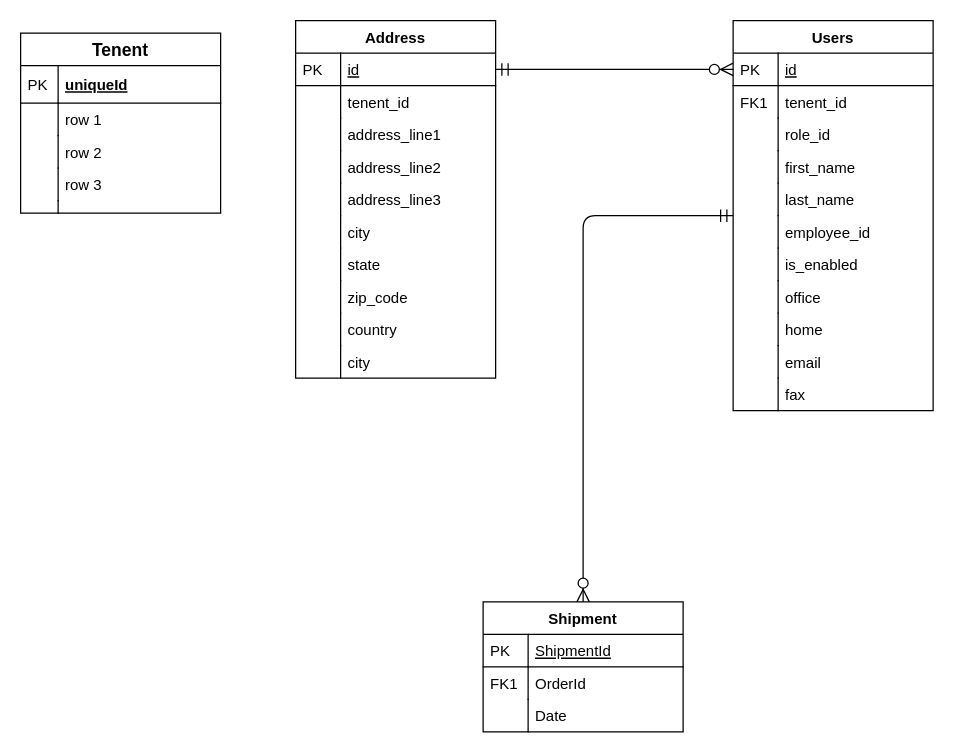
This is ehearing.drawio from avanzarit-in/e-hearing, a draw.io file, before an edit. Source tidied: cells renumbered, new cells numbered last; positions are measured from the earlier drawing's top-left corner, leaving out a move shared by most shapes. Both pictures are drawn from the tidied source at 125%, with x=0, y=0 at pixel (20, 20).
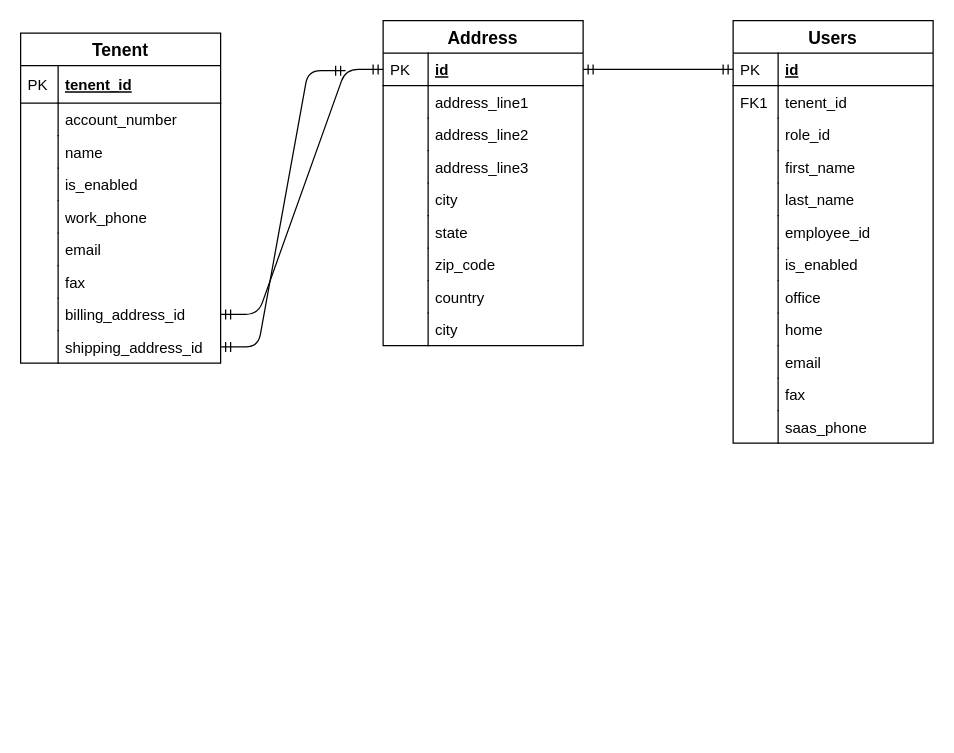
Above is the later version.

Change to the diagram source:
```diff
@@
-    <mxCell id="2" style="edgeStyle=orthogonalEdgeStyle;endArrow=ERzeroToMany;startArrow=ERmandOne;shadow=0;strokeWidth=1;endSize=8;startSize=8;" parent="1" edge="1" source="28" target="5">
-      <mxGeometry relative="1" as="geometry" />
-    </mxCell>
-    <mxCell id="3" style="edgeStyle=orthogonalEdgeStyle;endArrow=ERzeroToMany;startArrow=ERmandOne;shadow=0;strokeWidth=1;endSize=8;startSize=8;" parent="1" edge="1" source="4" target="59">
-      <mxGeometry relative="1" as="geometry" />
-    </mxCell>
-    <mxCell id="4" value="Users" style="swimlane;fontStyle=1;horizontal=1;startSize=26;rounded=0;shadow=0;strokeWidth=1;" parent="1" vertex="1">
-      <mxGeometry x="570" width="160" height="312" as="geometry" />
+    <mxCell id="4" value="Users" style="swimlane;fontStyle=1;horizontal=1;startSize=26;rounded=0;shadow=0;strokeWidth=1;fontSize=14;" parent="1" vertex="1">
+      <mxGeometry x="570" width="160" height="338" as="geometry" />
     </mxCell>
-    <mxCell id="5" value="id" style="shape=partialRectangle;top=0;left=0;right=0;bottom=1;align=left;verticalAlign=top;fillColor=none;spacingLeft=40;spacingRight=4;overflow=hidden;points=[[0,0.5],[1,0.5]];portConstraint=eastwest;rounded=0;shadow=0;strokeWidth=1;fontStyle=4;" parent="4" vertex="1">
+    <mxCell id="5" value="id" style="shape=partialRectangle;top=0;left=0;right=0;bottom=1;align=left;verticalAlign=top;fillColor=none;spacingLeft=40;spacingRight=4;overflow=hidden;points=[[0,0.5],[1,0.5]];portConstraint=eastwest;rounded=0;shadow=0;strokeWidth=1;fontStyle=5;" parent="4" vertex="1">
       <mxGeometry y="26" width="160" height="26" as="geometry" />
     </mxCell>
@@
+    <mxCell id="66" value="saas_phone" style="shape=partialRectangle;top=0;left=0;right=0;bottom=0;align=left;verticalAlign=top;fillColor=none;spacingLeft=40;spacingRight=4;overflow=hidden;rounded=0;shadow=0;strokeWidth=1;" parent="4" vertex="1">
+      <mxGeometry y="312" width="160" height="26" as="geometry" />
+    </mxCell>
+    <mxCell id="67" style="shape=partialRectangle;top=0;left=0;bottom=0;fillColor=none;align=left;verticalAlign=top;spacingLeft=4;spacingRight=4;overflow=hidden;" parent="66" vertex="1">
+      <mxGeometry width="36" height="26" as="geometry" />
+    </mxCell>
+    <mxCell id="48" value="Tenent" style="swimlane;fontStyle=1;horizontal=1;startSize=26;align=center;fontSize=14;" parent="1" vertex="1">
+      <mxGeometry y="10" width="160" height="264" as="geometry" />
+    </mxCell>
+    <mxCell id="49" value="tenent_id" style="shape=partialRectangle;top=0;left=0;right=0;bottom=1;align=left;verticalAlign=middle;fillColor=none;spacingLeft=34;spacingRight=4;overflow=hidden;fontStyle=5;fontSize=12;" parent="48" vertex="1">
+      <mxGeometry y="26" width="160" height="30" as="geometry" />
+    </mxCell>
+    <mxCell id="50" value="PK" style="shape=partialRectangle;top=0;left=0;bottom=0;fillColor=none;align=left;verticalAlign=middle;spacingLeft=4;spacingRight=4;overflow=hidden;fontSize=12;" parent="49" vertex="1">
+      <mxGeometry width="30" height="30" as="geometry" />
+    </mxCell>
+    <mxCell id="51" value="account_number" style="shape=partialRectangle;top=0;left=0;right=0;bottom=0;align=left;verticalAlign=top;fillColor=none;spacingLeft=34;spacingRight=4;overflow=hidden;fontSize=12;" parent="48" vertex="1">
+      <mxGeometry y="56" width="160" height="26" as="geometry" />
+    </mxCell>
+    <mxCell id="52" style="shape=partialRectangle;top=0;left=0;bottom=0;fillColor=none;align=left;verticalAlign=top;spacingLeft=4;spacingRight=4;overflow=hidden;fontSize=12;" parent="51" vertex="1">
+      <mxGeometry width="30" height="26" as="geometry" />
+    </mxCell>
+    <mxCell id="53" value="name" style="shape=partialRectangle;top=0;left=0;right=0;bottom=0;align=left;verticalAlign=top;fillColor=none;spacingLeft=34;spacingRight=4;overflow=hidden;fontSize=12;" parent="48" vertex="1">
+      <mxGeometry y="82" width="160" height="26" as="geometry" />
+    </mxCell>
+    <mxCell id="54" style="shape=partialRectangle;top=0;left=0;bottom=0;fillColor=none;align=left;verticalAlign=top;spacingLeft=4;spacingRight=4;overflow=hidden;fontSize=12;" parent="53" vertex="1">
+      <mxGeometry width="30" height="26" as="geometry" />
+    </mxCell>
+    <mxCell id="55" value="is_enabled" style="shape=partialRectangle;top=0;left=0;right=0;bottom=0;align=left;verticalAlign=top;fillColor=none;spacingLeft=34;spacingRight=4;overflow=hidden;fontSize=12;" parent="48" vertex="1">
+      <mxGeometry y="108" width="160" height="26" as="geometry" />
+    </mxCell>
+    <mxCell id="56" style="shape=partialRectangle;top=0;left=0;bottom=0;fillColor=none;align=left;verticalAlign=top;spacingLeft=4;spacingRight=4;overflow=hidden;fontSize=12;" parent="55" vertex="1">
+      <mxGeometry width="30" height="26" as="geometry" />
+    </mxCell>
+    <mxCell id="68" value="work_phone" style="shape=partialRectangle;top=0;left=0;right=0;bottom=0;align=left;verticalAlign=top;fillColor=none;spacingLeft=34;spacingRight=4;overflow=hidden;fontSize=12;" parent="48" vertex="1">
+      <mxGeometry y="134" width="160" height="26" as="geometry" />
+    </mxCell>
+    <mxCell id="69" style="shape=partialRectangle;top=0;left=0;bottom=0;fillColor=none;align=left;verticalAlign=top;spacingLeft=4;spacingRight=4;overflow=hidden;fontSize=12;" parent="68" vertex="1">
+      <mxGeometry width="30" height="26" as="geometry" />
+    </mxCell>
+    <mxCell id="70" value="email" style="shape=partialRectangle;top=0;left=0;right=0;bottom=0;align=left;verticalAlign=top;fillColor=none;spacingLeft=34;spacingRight=4;overflow=hidden;fontSize=12;" parent="48" vertex="1">
+      <mxGeometry y="160" width="160" height="26" as="geometry" />
+    </mxCell>
+    <mxCell id="71" style="shape=partialRectangle;top=0;left=0;bottom=0;fillColor=none;align=left;verticalAlign=top;spacingLeft=4;spacingRight=4;overflow=hidden;fontSize=12;" parent="70" vertex="1">
+      <mxGeometry width="30" height="26" as="geometry" />
+    </mxCell>
+    <mxCell id="72" value="fax" style="shape=partialRectangle;top=0;left=0;right=0;bottom=0;align=left;verticalAlign=top;fillColor=none;spacingLeft=34;spacingRight=4;overflow=hidden;fontSize=12;" parent="48" vertex="1">
+      <mxGeometry y="186" width="160" height="26" as="geometry" />
+    </mxCell>
+    <mxCell id="73" style="shape=partialRectangle;top=0;left=0;bottom=0;fillColor=none;align=left;verticalAlign=top;spacingLeft=4;spacingRight=4;overflow=hidden;fontSize=12;" parent="72" vertex="1">
+      <mxGeometry width="30" height="26" as="geometry" />
+    </mxCell>
+    <mxCell id="74" value="billing_address_id" style="shape=partialRectangle;top=0;left=0;right=0;bottom=0;align=left;verticalAlign=top;fillColor=none;spacingLeft=34;spacingRight=4;overflow=hidden;points=[[0,0.5],[1,0.5]];portConstraint=eastwest;fontSize=12;" parent="48" vertex="1">
+      <mxGeometry y="212" width="160" height="26" as="geometry" />
+    </mxCell>
+    <mxCell id="75" style="shape=partialRectangle;top=0;left=0;bottom=0;fillColor=none;align=left;verticalAlign=top;spacingLeft=4;spacingRight=4;overflow=hidden;fontSize=12;" parent="74" vertex="1">
+      <mxGeometry width="30" height="26" as="geometry" />
+    </mxCell>
+    <mxCell id="76" value="shipping_address_id" style="shape=partialRectangle;top=0;left=0;right=0;bottom=0;align=left;verticalAlign=top;fillColor=none;spacingLeft=34;spacingRight=4;overflow=hidden;points=[[0,0.5],[1,0.5]];portConstraint=eastwest;fontSize=12;" parent="48" vertex="1">
+      <mxGeometry y="238" width="160" height="26" as="geometry" />
+    </mxCell>
+    <mxCell id="77" style="shape=partialRectangle;top=0;left=0;bottom=0;fillColor=none;align=left;verticalAlign=top;spacingLeft=4;spacingRight=4;overflow=hidden;fontSize=12;" parent="76" vertex="1">
+      <mxGeometry width="30" height="26" as="geometry" />
+    </mxCell>
+    <mxCell id="78" style="edgeStyle=entityRelationEdgeStyle;fontSize=12;html=1;endArrow=ERmandOne;startArrow=ERmandOne;entryX=0;entryY=0.5;entryDx=0;entryDy=0;exitX=1;exitY=0.5;exitDx=0;exitDy=0;" parent="1" edge="1" source="74" target="28">
+      <mxGeometry relative="1" as="geometry" />
+    </mxCell>
+    <mxCell id="79" style="edgeStyle=entityRelationEdgeStyle;fontSize=12;html=1;endArrow=ERmandOne;startArrow=ERmandOne;exitX=1;exitY=0.5;exitDx=0;exitDy=0;" parent="1" edge="1" source="76">
+      <mxGeometry relative="1" as="geometry">
+        <mxPoint x="260" y="40" as="targetPoint" />
+      </mxGeometry>
+    </mxCell>
+    <mxCell id="2" style="edgeStyle=entityRelationEdgeStyle;fontSize=12;html=1;endArrow=ERmandOne;startArrow=ERmandOne;exitX=1;exitY=0.5;exitDx=0;exitDy=0;entryX=0;entryY=0.5;entryDx=0;entryDy=0;" parent="1" edge="1" source="28" target="5">
+      <mxGeometry relative="1" as="geometry" />
+    </mxCell>
-    <mxCell id="27" value="Address" style="swimlane;fontStyle=1;horizontal=1;startSize=26;rounded=0;shadow=0;strokeWidth=1;" parent="1" vertex="1">
-      <mxGeometry x="220" width="160" height="286" as="geometry" />
+    <mxCell id="27" value="Address" style="swimlane;fontStyle=1;horizontal=1;startSize=26;rounded=0;shadow=0;strokeWidth=1;fontSize=14;" parent="1" vertex="1">
+      <mxGeometry x="290" width="160" height="260" as="geometry" />
     </mxCell>
-    <mxCell id="28" value="id" style="shape=partialRectangle;top=0;left=0;right=0;bottom=1;align=left;verticalAlign=top;fillColor=none;spacingLeft=40;spacingRight=4;overflow=hidden;points=[[0,0.5],[1,0.5]];portConstraint=eastwest;rounded=0;shadow=0;strokeWidth=1;fontStyle=4;" parent="27" vertex="1">
+    <mxCell id="28" value="id" style="shape=partialRectangle;top=0;left=0;right=0;bottom=1;align=left;verticalAlign=top;fillColor=none;spacingLeft=40;spacingRight=4;overflow=hidden;points=[[0,0.5],[1,0.5]];portConstraint=eastwest;rounded=0;shadow=0;strokeWidth=1;fontStyle=5;" parent="27" vertex="1">
       <mxGeometry y="26" width="160" height="26" as="geometry" />
     </mxCell>
@@
-    <mxCell id="30" value="tenent_id" style="shape=partialRectangle;top=0;left=0;right=0;bottom=0;align=left;verticalAlign=top;fillColor=none;spacingLeft=40;spacingRight=4;overflow=hidden;rounded=0;shadow=0;strokeWidth=1;" parent="27" vertex="1">
-      <mxGeometry y="52" width="160" height="26" as="geometry" />
-    </mxCell>
-    <mxCell id="31" style="shape=partialRectangle;top=0;left=0;bottom=0;fillColor=none;align=left;verticalAlign=top;spacingLeft=4;spacingRight=4;overflow=hidden;" parent="30" vertex="1">
-      <mxGeometry width="36" height="26" as="geometry" />
-    </mxCell>
     <mxCell id="32" value="address_line1" style="shape=partialRectangle;top=0;left=0;right=0;bottom=0;align=left;verticalAlign=top;fillColor=none;spacingLeft=40;spacingRight=4;overflow=hidden;rounded=0;shadow=0;strokeWidth=1;" parent="27" vertex="1">
-      <mxGeometry y="78" width="160" height="26" as="geometry" />
+      <mxGeometry y="52" width="160" height="26" as="geometry" />
     </mxCell>
@@
     <mxCell id="34" value="address_line2" style="shape=partialRectangle;top=0;left=0;right=0;bottom=0;align=left;verticalAlign=top;fillColor=none;spacingLeft=40;spacingRight=4;overflow=hidden;rounded=0;shadow=0;strokeWidth=1;" parent="27" vertex="1">
-      <mxGeometry y="104" width="160" height="26" as="geometry" />
+      <mxGeometry y="78" width="160" height="26" as="geometry" />
     </mxCell>
@@
     <mxCell id="36" value="address_line3" style="shape=partialRectangle;top=0;left=0;right=0;bottom=0;align=left;verticalAlign=top;fillColor=none;spacingLeft=40;spacingRight=4;overflow=hidden;rounded=0;shadow=0;strokeWidth=1;" parent="27" vertex="1">
-      <mxGeometry y="130" width="160" height="26" as="geometry" />
+      <mxGeometry y="104" width="160" height="26" as="geometry" />
     </mxCell>
@@
     <mxCell id="38" value="city" style="shape=partialRectangle;top=0;left=0;right=0;bottom=0;align=left;verticalAlign=top;fillColor=none;spacingLeft=40;spacingRight=4;overflow=hidden;rounded=0;shadow=0;strokeWidth=1;" parent="27" vertex="1">
-      <mxGeometry y="156" width="160" height="26" as="geometry" />
+      <mxGeometry y="130" width="160" height="26" as="geometry" />
     </mxCell>
@@
     <mxCell id="40" value="state" style="shape=partialRectangle;top=0;left=0;right=0;bottom=0;align=left;verticalAlign=top;fillColor=none;spacingLeft=40;spacingRight=4;overflow=hidden;rounded=0;shadow=0;strokeWidth=1;" parent="27" vertex="1">
-      <mxGeometry y="182" width="160" height="26" as="geometry" />
+      <mxGeometry y="156" width="160" height="26" as="geometry" />
     </mxCell>
@@
     <mxCell id="42" value="zip_code" style="shape=partialRectangle;top=0;left=0;right=0;bottom=0;align=left;verticalAlign=top;fillColor=none;spacingLeft=40;spacingRight=4;overflow=hidden;rounded=0;shadow=0;strokeWidth=1;" parent="27" vertex="1">
-      <mxGeometry y="208" width="160" height="26" as="geometry" />
+      <mxGeometry y="182" width="160" height="26" as="geometry" />
     </mxCell>
@@
     <mxCell id="44" value="country" style="shape=partialRectangle;top=0;left=0;right=0;bottom=0;align=left;verticalAlign=top;fillColor=none;spacingLeft=40;spacingRight=4;overflow=hidden;rounded=0;shadow=0;strokeWidth=1;" parent="27" vertex="1">
-      <mxGeometry y="234" width="160" height="26" as="geometry" />
+      <mxGeometry y="208" width="160" height="26" as="geometry" />
     </mxCell>
@@
     <mxCell id="46" value="city" style="shape=partialRectangle;top=0;left=0;right=0;bottom=0;align=left;verticalAlign=top;fillColor=none;spacingLeft=40;spacingRight=4;overflow=hidden;rounded=0;shadow=0;strokeWidth=1;" parent="27" vertex="1">
-      <mxGeometry y="260" width="160" height="26" as="geometry" />
+      <mxGeometry y="234" width="160" height="26" as="geometry" />
     </mxCell>
@@
-    <mxCell id="48" value="Tenent" style="swimlane;fontStyle=1;horizontal=1;startSize=26;align=center;fontSize=14;" parent="1" vertex="1">
-      <mxGeometry y="10" width="160" height="144" as="geometry" />
-    </mxCell>
-    <mxCell id="49" value="uniqueId" style="shape=partialRectangle;top=0;left=0;right=0;bottom=1;align=left;verticalAlign=middle;fillColor=none;spacingLeft=34;spacingRight=4;overflow=hidden;fontStyle=5;fontSize=12;" parent="48" vertex="1">
-      <mxGeometry y="26" width="160" height="30" as="geometry" />
-    </mxCell>
-    <mxCell id="50" value="PK" style="shape=partialRectangle;top=0;left=0;bottom=0;fillColor=none;align=left;verticalAlign=middle;spacingLeft=4;spacingRight=4;overflow=hidden;fontSize=12;" parent="49" vertex="1">
-      <mxGeometry width="30" height="30" as="geometry" />
-    </mxCell>
-    <mxCell id="51" value="row 1" style="shape=partialRectangle;top=0;left=0;right=0;bottom=0;align=left;verticalAlign=top;fillColor=none;spacingLeft=34;spacingRight=4;overflow=hidden;fontSize=12;" parent="48" vertex="1">
-      <mxGeometry y="56" width="160" height="26" as="geometry" />
-    </mxCell>
-    <mxCell id="52" style="shape=partialRectangle;top=0;left=0;bottom=0;fillColor=none;align=left;verticalAlign=top;spacingLeft=4;spacingRight=4;overflow=hidden;fontSize=12;" parent="51" vertex="1">
-      <mxGeometry width="30" height="26" as="geometry" />
-    </mxCell>
-    <mxCell id="53" value="row 2" style="shape=partialRectangle;top=0;left=0;right=0;bottom=0;align=left;verticalAlign=top;fillColor=none;spacingLeft=34;spacingRight=4;overflow=hidden;fontSize=12;" parent="48" vertex="1">
-      <mxGeometry y="82" width="160" height="26" as="geometry" />
-    </mxCell>
-    <mxCell id="54" style="shape=partialRectangle;top=0;left=0;bottom=0;fillColor=none;align=left;verticalAlign=top;spacingLeft=4;spacingRight=4;overflow=hidden;fontSize=12;" parent="53" vertex="1">
-      <mxGeometry width="30" height="26" as="geometry" />
-    </mxCell>
-    <mxCell id="55" value="row 3" style="shape=partialRectangle;top=0;left=0;right=0;bottom=0;align=left;verticalAlign=top;fillColor=none;spacingLeft=34;spacingRight=4;overflow=hidden;fontSize=12;" parent="48" vertex="1">
-      <mxGeometry y="108" width="160" height="26" as="geometry" />
-    </mxCell>
-    <mxCell id="56" style="shape=partialRectangle;top=0;left=0;bottom=0;fillColor=none;align=left;verticalAlign=top;spacingLeft=4;spacingRight=4;overflow=hidden;fontSize=12;" parent="55" vertex="1">
-      <mxGeometry width="30" height="26" as="geometry" />
-    </mxCell>
-    <mxCell id="57" style="shape=partialRectangle;top=0;left=0;right=0;bottom=0;align=left;verticalAlign=top;fillColor=none;spacingLeft=34;spacingRight=4;overflow=hidden;fontSize=12;" parent="48" vertex="1">
-      <mxGeometry y="134" width="160" height="10" as="geometry" />
-    </mxCell>
-    <mxCell id="58" style="shape=partialRectangle;top=0;left=0;bottom=0;fillColor=none;align=left;verticalAlign=top;spacingLeft=4;spacingRight=4;overflow=hidden;fontSize=12;" parent="57" vertex="1">
-      <mxGeometry width="30" height="10" as="geometry" />
-    </mxCell>
-    <mxCell id="59" value="Shipment" style="swimlane;fontStyle=1;horizontal=1;startSize=26;rounded=0;shadow=0;strokeWidth=1;" parent="1" vertex="1">
-      <mxGeometry x="370" y="465" width="160" height="104" as="geometry" />
-    </mxCell>
-    <mxCell id="60" value="ShipmentId" style="shape=partialRectangle;top=0;left=0;right=0;bottom=1;align=left;verticalAlign=top;fillColor=none;spacingLeft=40;spacingRight=4;overflow=hidden;rounded=0;shadow=0;strokeWidth=1;fontStyle=4;" parent="59" vertex="1">
-      <mxGeometry y="26" width="160" height="26" as="geometry" />
-    </mxCell>
-    <mxCell id="61" value="PK" style="shape=partialRectangle;top=0;left=0;bottom=0;fillColor=none;align=left;verticalAlign=top;spacingLeft=4;spacingRight=4;overflow=hidden;" parent="60" vertex="1">
-      <mxGeometry width="36" height="26" as="geometry" />
-    </mxCell>
-    <mxCell id="62" value="OrderId" style="shape=partialRectangle;top=0;left=0;right=0;bottom=0;align=left;verticalAlign=top;fillColor=none;spacingLeft=40;spacingRight=4;overflow=hidden;rounded=0;shadow=0;strokeWidth=1;" parent="59" vertex="1">
-      <mxGeometry y="52" width="160" height="26" as="geometry" />
-    </mxCell>
-    <mxCell id="63" value="FK1" style="shape=partialRectangle;top=0;left=0;bottom=0;fillColor=none;align=left;verticalAlign=top;spacingLeft=4;spacingRight=4;overflow=hidden;" parent="62" vertex="1">
-      <mxGeometry width="36" height="26" as="geometry" />
-    </mxCell>
-    <mxCell id="64" value="Date" style="shape=partialRectangle;top=0;left=0;right=0;bottom=0;align=left;verticalAlign=top;fillColor=none;spacingLeft=40;spacingRight=4;overflow=hidden;rounded=0;shadow=0;strokeWidth=1;" parent="59" vertex="1">
-      <mxGeometry y="78" width="160" height="26" as="geometry" />
-    </mxCell>
-    <mxCell id="65" style="shape=partialRectangle;top=0;left=0;bottom=0;fillColor=none;align=left;verticalAlign=top;spacingLeft=4;spacingRight=4;overflow=hidden;" parent="64" vertex="1">
-      <mxGeometry width="36" height="26" as="geometry" />
-    </mxCell>
```
